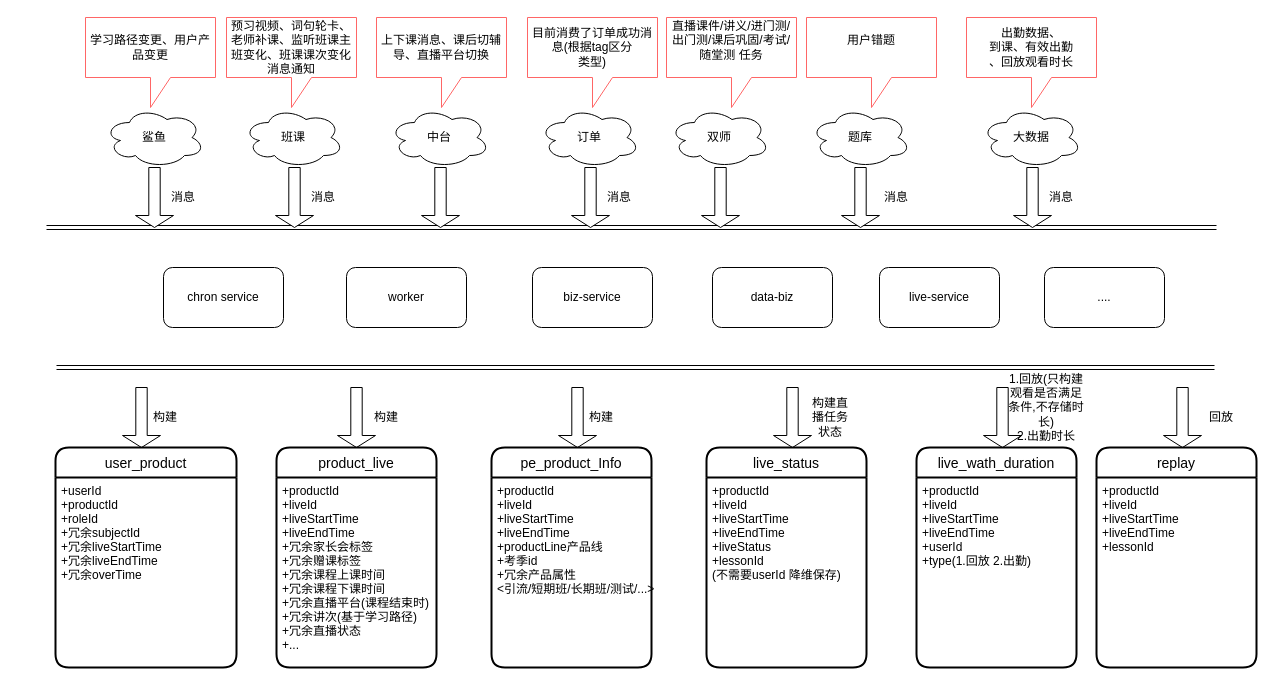
Above: Untitled Diagram.drawio in 748349009/articles (draw.io), before the change. Source tidied: cells renumbered, new cells numbered last; positions are measured from the earlier drawing's top-left corner, leaving out a move shared by most shapes. Both pictures are drawn from the tidied source at 100%, with x=0, y=0 at pixel (46, 17).
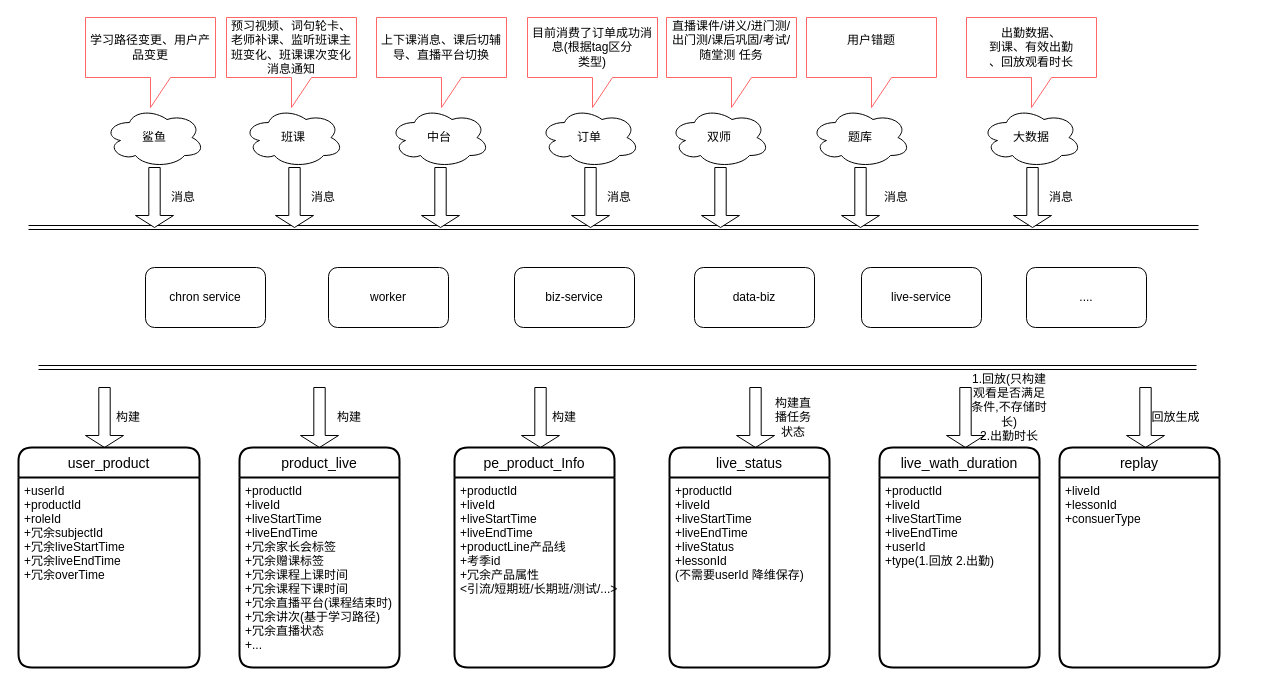
The same page after the edit.

The edit, as a diff of the source:
```diff
@@
     <mxCell id="3" style="shape=link;html=1;" parent="1" edge="1">
       <mxGeometry relative="1" as="geometry">
-        <mxPoint y="210" as="sourcePoint" />
-        <mxPoint x="1170" y="210" as="targetPoint" />
+        <mxPoint x="-18" y="210" as="sourcePoint" />
+        <mxPoint x="1152" y="210" as="targetPoint" />
       </mxGeometry>
     </mxCell>
@@
     <mxCell id="9" value="worker" style="rounded=1;whiteSpace=wrap;html=1;" parent="1" vertex="1">
-      <mxGeometry x="300" y="250" width="120" height="60" as="geometry" />
+      <mxGeometry x="282" y="250" width="120" height="60" as="geometry" />
     </mxCell>
     <mxCell id="10" value="biz-service" style="rounded=1;whiteSpace=wrap;html=1;" parent="1" vertex="1">
-      <mxGeometry x="486" y="250" width="120" height="60" as="geometry" />
+      <mxGeometry x="468" y="250" width="120" height="60" as="geometry" />
     </mxCell>
     <mxCell id="11" value="&lt;span&gt;data-biz&lt;/span&gt;" style="rounded=1;whiteSpace=wrap;html=1;" parent="1" vertex="1">
-      <mxGeometry x="666" y="250" width="120" height="60" as="geometry" />
+      <mxGeometry x="648" y="250" width="120" height="60" as="geometry" />
     </mxCell>
@@
     <mxCell id="17" style="shape=link;html=1;" parent="1" edge="1">
       <mxGeometry relative="1" as="geometry">
-        <mxPoint x="10" y="350" as="sourcePoint" />
-        <mxPoint x="1168" y="350" as="targetPoint" />
+        <mxPoint x="-8" y="350" as="sourcePoint" />
+        <mxPoint x="1150" y="350" as="targetPoint" />
       </mxGeometry>
     </mxCell>
     <mxCell id="18" style="shape=singleArrow;direction=south;whiteSpace=wrap;html=1;" parent="1" vertex="1">
-      <mxGeometry x="76" y="370" width="38" height="60" as="geometry" />
+      <mxGeometry x="39" y="370" width="38" height="60" as="geometry" />
     </mxCell>
     <mxCell id="19" style="shape=singleArrow;direction=south;whiteSpace=wrap;html=1;" parent="1" vertex="1">
-      <mxGeometry x="291" y="370" width="38" height="60" as="geometry" />
+      <mxGeometry x="254" y="370" width="38" height="60" as="geometry" />
     </mxCell>
     <mxCell id="20" value="构建" style="text;html=1;strokeColor=none;fillColor=none;align=center;verticalAlign=middle;whiteSpace=wrap;rounded=0;" parent="1" vertex="1">
-      <mxGeometry x="99" y="390" width="40" height="20" as="geometry" />
+      <mxGeometry x="62" y="390" width="40" height="20" as="geometry" />
     </mxCell>
     <mxCell id="21" value="构建" style="text;html=1;strokeColor=none;fillColor=none;align=center;verticalAlign=middle;whiteSpace=wrap;rounded=0;" parent="1" vertex="1">
-      <mxGeometry x="320" y="390" width="40" height="20" as="geometry" />
+      <mxGeometry x="283" y="390" width="40" height="20" as="geometry" />
     </mxCell>
@@
     <mxCell id="24" style="shape=singleArrow;direction=south;whiteSpace=wrap;html=1;" parent="1" vertex="1">
-      <mxGeometry x="512" y="370" width="38" height="60" as="geometry" />
+      <mxGeometry x="475" y="370" width="38" height="60" as="geometry" />
     </mxCell>
     <mxCell id="25" value="构建" style="text;html=1;strokeColor=none;fillColor=none;align=center;verticalAlign=middle;whiteSpace=wrap;rounded=0;" parent="1" vertex="1">
-      <mxGeometry x="535" y="390" width="40" height="20" as="geometry" />
+      <mxGeometry x="498" y="390" width="40" height="20" as="geometry" />
     </mxCell>
     <mxCell id="26" style="shape=singleArrow;direction=south;whiteSpace=wrap;html=1;" parent="1" vertex="1">
-      <mxGeometry x="727" y="370" width="38" height="60" as="geometry" />
+      <mxGeometry x="690" y="370" width="38" height="60" as="geometry" />
     </mxCell>
     <mxCell id="27" value="构建直播任务状态" style="text;html=1;strokeColor=none;fillColor=none;align=center;verticalAlign=middle;whiteSpace=wrap;rounded=0;" parent="1" vertex="1">
-      <mxGeometry x="764" y="390" width="40" height="20" as="geometry" />
+      <mxGeometry x="727" y="390" width="40" height="20" as="geometry" />
     </mxCell>
@@
-    <mxCell id="31" value="user_product" style="swimlane;horizontal=1;startSize=30;rounded=1;fontSize=14;fontStyle=0;strokeWidth=2;shadow=0;dashed=0;align=center;" parent="1" vertex="1">
-      <mxGeometry x="9" y="430" width="181" height="220" as="geometry" />
-    </mxCell>
-    <mxCell id="32" value="+userId&#10;+productId&#10;+roleId&#10;+冗余subjectId&#10;+冗余liveStartTime&#10;+冗余liveEndTime&#10;+冗余overTime" style="align=left;strokeColor=none;fillColor=none;spacingLeft=4;fontSize=12;verticalAlign=top;" parent="31" vertex="1">
-      <mxGeometry y="30" width="181" height="190" as="geometry" />
-    </mxCell>
-    <mxCell id="33" value="live_status" style="swimlane;horizontal=1;startSize=30;rounded=1;fontSize=14;fontStyle=0;strokeWidth=2;shadow=0;dashed=0;align=center;" parent="1" vertex="1">
-      <mxGeometry x="660" y="430" width="160" height="220" as="geometry" />
-    </mxCell>
-    <mxCell id="34" value="+productId&#10;+liveId&#10;+liveStartTime&#10;+liveEndTime&#10;+liveStatus&#10;+lessonId&#10;(不需要userId 降维保存)" style="align=left;strokeColor=none;fillColor=none;spacingLeft=4;fontSize=12;verticalAlign=top;" parent="33" vertex="1">
-      <mxGeometry y="30" width="160" height="190" as="geometry" />
-    </mxCell>
-    <mxCell id="35" value="product_live" style="swimlane;horizontal=1;startSize=30;rounded=1;fontSize=14;fontStyle=0;strokeWidth=2;shadow=0;dashed=0;align=center;" parent="1" vertex="1">
-      <mxGeometry x="230" y="430" width="160" height="220" as="geometry" />
-    </mxCell>
-    <mxCell id="36" value="+productId&#10;+liveId&#10;+liveStartTime&#10;+liveEndTime&#10;+冗余家长会标签&#10;+冗余赠课标签&#10;+冗余课程上课时间&#10;+冗余课程下课时间&#10;+冗余直播平台(课程结束时)&#10;+冗余讲次(基于学习路径)&#10;+冗余直播状态&#10;+..." style="align=left;strokeColor=none;fillColor=none;spacingLeft=4;fontSize=12;verticalAlign=top;" parent="35" vertex="1">
-      <mxGeometry y="30" width="160" height="190" as="geometry" />
-    </mxCell>
-    <mxCell id="37" value="pe_product_Info" style="swimlane;horizontal=1;startSize=30;rounded=1;fontSize=14;fontStyle=0;strokeWidth=2;shadow=0;dashed=0;align=center;" parent="1" vertex="1">
-      <mxGeometry x="445" y="430" width="160" height="220" as="geometry" />
-    </mxCell>
-    <mxCell id="38" value="+productId&#10;+liveId&#10;+liveStartTime&#10;+liveEndTime&#10;+productLine产品线&#10;+考季id&#10;+冗余产品属性&#10;&lt;引流/短期班/长期班/测试/...&gt;&#10;" style="align=left;strokeColor=none;fillColor=none;spacingLeft=4;fontSize=12;verticalAlign=top;" parent="37" vertex="1">
-      <mxGeometry y="30" width="160" height="190" as="geometry" />
-    </mxCell>
     <mxCell id="39" style="shape=singleArrow;direction=south;whiteSpace=wrap;html=1;" parent="1" vertex="1">
-      <mxGeometry x="937" y="370" width="38" height="60" as="geometry" />
+      <mxGeometry x="900" y="370" width="38" height="60" as="geometry" />
     </mxCell>
     <mxCell id="40" value="1.回放(只构建观看是否满足条件,不存储时长)&lt;br&gt;2.出勤时长" style="text;html=1;strokeColor=none;fillColor=none;align=center;verticalAlign=middle;whiteSpace=wrap;rounded=0;" parent="1" vertex="1">
-      <mxGeometry x="960" y="380" width="80" height="20" as="geometry" />
+      <mxGeometry x="923" y="380" width="80" height="20" as="geometry" />
     </mxCell>
-    <mxCell id="41" value="live_wath_duration" style="swimlane;horizontal=1;startSize=30;rounded=1;fontSize=14;fontStyle=0;strokeWidth=2;shadow=0;dashed=0;align=center;" parent="1" vertex="1">
-      <mxGeometry x="870" y="430" width="160" height="220" as="geometry" />
-    </mxCell>
-    <mxCell id="42" value="+productId&#10;+liveId&#10;+liveStartTime&#10;+liveEndTime&#10;+userId&#10;+type(1.回放 2.出勤)" style="align=left;strokeColor=none;fillColor=none;spacingLeft=4;fontSize=12;verticalAlign=top;" parent="41" vertex="1">
-      <mxGeometry y="30" width="160" height="190" as="geometry" />
-    </mxCell>
@@
     <mxCell id="53" value="live-service" style="rounded=1;whiteSpace=wrap;html=1;" parent="1" vertex="1">
-      <mxGeometry x="833" y="250" width="120" height="60" as="geometry" />
+      <mxGeometry x="815" y="250" width="120" height="60" as="geometry" />
     </mxCell>
     <mxCell id="54" value="...." style="rounded=1;whiteSpace=wrap;html=1;" parent="1" vertex="1">
-      <mxGeometry x="998" y="250" width="120" height="60" as="geometry" />
+      <mxGeometry x="980" y="250" width="120" height="60" as="geometry" />
     </mxCell>
     <mxCell id="55" value="chron service" style="rounded=1;whiteSpace=wrap;html=1;" parent="1" vertex="1">
-      <mxGeometry x="117" y="250" width="120" height="60" as="geometry" />
+      <mxGeometry x="99" y="250" width="120" height="60" as="geometry" />
     </mxCell>
@@
     <mxCell id="57" style="shape=singleArrow;direction=south;whiteSpace=wrap;html=1;" parent="1" vertex="1">
-      <mxGeometry x="1117" y="370" width="38" height="60" as="geometry" />
+      <mxGeometry x="1080" y="370" width="38" height="60" as="geometry" />
     </mxCell>
+    <mxCell id="60" value="回放生成" style="text;html=1;strokeColor=none;fillColor=none;align=center;verticalAlign=middle;whiteSpace=wrap;rounded=0;" parent="1" vertex="1">
+      <mxGeometry x="1102" y="390" width="55" height="20" as="geometry" />
+    </mxCell>
+    <mxCell id="31" value="user_product" style="swimlane;horizontal=1;startSize=30;rounded=1;fontSize=14;fontStyle=0;strokeWidth=2;shadow=0;dashed=0;align=center;" parent="1" vertex="1">
+      <mxGeometry x="-28" y="430" width="181" height="220" as="geometry" />
+    </mxCell>
+    <mxCell id="32" value="+userId&#10;+productId&#10;+roleId&#10;+冗余subjectId&#10;+冗余liveStartTime&#10;+冗余liveEndTime&#10;+冗余overTime" style="align=left;strokeColor=none;fillColor=none;spacingLeft=4;fontSize=12;verticalAlign=top;" parent="31" vertex="1">
+      <mxGeometry y="30" width="181" height="190" as="geometry" />
+    </mxCell>
+    <mxCell id="33" value="live_status" style="swimlane;horizontal=1;startSize=30;rounded=1;fontSize=14;fontStyle=0;strokeWidth=2;shadow=0;dashed=0;align=center;" parent="1" vertex="1">
+      <mxGeometry x="623" y="430" width="160" height="220" as="geometry" />
+    </mxCell>
+    <mxCell id="34" value="+productId&#10;+liveId&#10;+liveStartTime&#10;+liveEndTime&#10;+liveStatus&#10;+lessonId&#10;(不需要userId 降维保存)" style="align=left;strokeColor=none;fillColor=none;spacingLeft=4;fontSize=12;verticalAlign=top;" parent="33" vertex="1">
+      <mxGeometry y="30" width="160" height="190" as="geometry" />
+    </mxCell>
+    <mxCell id="35" value="product_live" style="swimlane;horizontal=1;startSize=30;rounded=1;fontSize=14;fontStyle=0;strokeWidth=2;shadow=0;dashed=0;align=center;" parent="1" vertex="1">
+      <mxGeometry x="193" y="430" width="160" height="220" as="geometry" />
+    </mxCell>
+    <mxCell id="36" value="+productId&#10;+liveId&#10;+liveStartTime&#10;+liveEndTime&#10;+冗余家长会标签&#10;+冗余赠课标签&#10;+冗余课程上课时间&#10;+冗余课程下课时间&#10;+冗余直播平台(课程结束时)&#10;+冗余讲次(基于学习路径)&#10;+冗余直播状态&#10;+..." style="align=left;strokeColor=none;fillColor=none;spacingLeft=4;fontSize=12;verticalAlign=top;" parent="35" vertex="1">
+      <mxGeometry y="30" width="160" height="190" as="geometry" />
+    </mxCell>
+    <mxCell id="37" value="pe_product_Info" style="swimlane;horizontal=1;startSize=30;rounded=1;fontSize=14;fontStyle=0;strokeWidth=2;shadow=0;dashed=0;align=center;" parent="1" vertex="1">
+      <mxGeometry x="408" y="430" width="160" height="220" as="geometry" />
+    </mxCell>
+    <mxCell id="38" value="+productId&#10;+liveId&#10;+liveStartTime&#10;+liveEndTime&#10;+productLine产品线&#10;+考季id&#10;+冗余产品属性&#10;&lt;引流/短期班/长期班/测试/...&gt;&#10;" style="align=left;strokeColor=none;fillColor=none;spacingLeft=4;fontSize=12;verticalAlign=top;" parent="37" vertex="1">
+      <mxGeometry y="30" width="160" height="190" as="geometry" />
+    </mxCell>
+    <mxCell id="41" value="live_wath_duration" style="swimlane;horizontal=1;startSize=30;rounded=1;fontSize=14;fontStyle=0;strokeWidth=2;shadow=0;dashed=0;align=center;" parent="1" vertex="1">
+      <mxGeometry x="833" y="430" width="160" height="220" as="geometry" />
+    </mxCell>
+    <mxCell id="42" value="+productId&#10;+liveId&#10;+liveStartTime&#10;+liveEndTime&#10;+userId&#10;+type(1.回放 2.出勤)" style="align=left;strokeColor=none;fillColor=none;spacingLeft=4;fontSize=12;verticalAlign=top;" parent="41" vertex="1">
+      <mxGeometry y="30" width="160" height="190" as="geometry" />
+    </mxCell>
     <mxCell id="58" value="replay" style="swimlane;horizontal=1;startSize=30;rounded=1;fontSize=14;fontStyle=0;strokeWidth=2;shadow=0;dashed=0;align=center;" parent="1" vertex="1">
-      <mxGeometry x="1050" y="430" width="160" height="220" as="geometry" />
+      <mxGeometry x="1013" y="430" width="160" height="220" as="geometry" />
     </mxCell>
-    <mxCell id="59" value="+productId&#10;+liveId&#10;+liveStartTime&#10;+liveEndTime&#10;+lessonId&#10;" style="align=left;strokeColor=none;fillColor=none;spacingLeft=4;fontSize=12;verticalAlign=top;" parent="58" vertex="1">
+    <mxCell id="59" value="+liveId&#10;+lessonId&#10;+consuerType&#10;" style="align=left;strokeColor=none;fillColor=none;spacingLeft=4;fontSize=12;verticalAlign=top;" parent="58" vertex="1">
       <mxGeometry y="30" width="160" height="190" as="geometry" />
     </mxCell>
-    <mxCell id="60" value="回放" style="text;html=1;strokeColor=none;fillColor=none;align=center;verticalAlign=middle;whiteSpace=wrap;rounded=0;" parent="1" vertex="1">
-      <mxGeometry x="1155" y="390" width="40" height="20" as="geometry" />
-    </mxCell>
```
